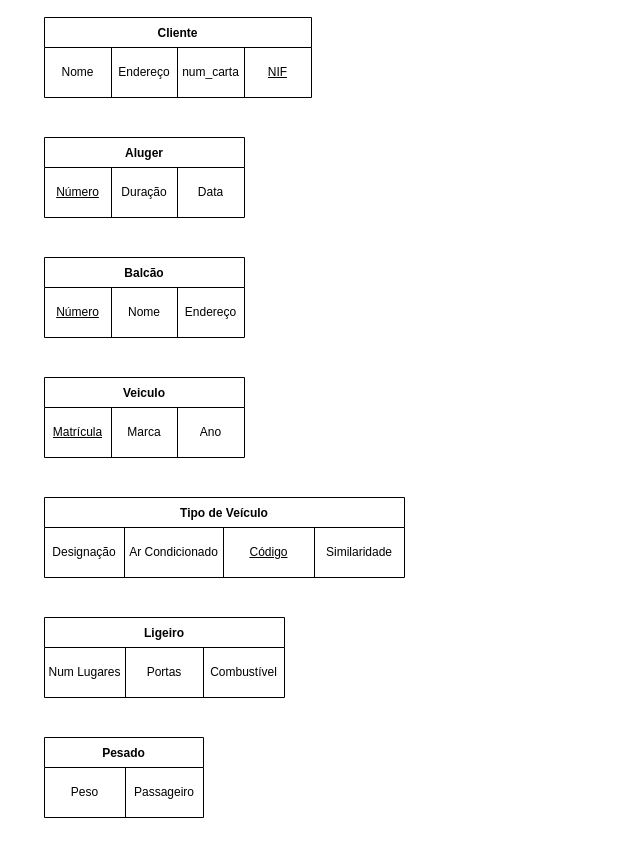
Before: page "3.1" (1 of 2) of P/P03/P03.drawio in RafaelCurado/BD-1, a draw.io diagram. Source tidied: cells renumbered, new cells numbered last; positions are measured from the earlier drawing's top-left corner, leaving out a move shared by most shapes. Both pictures are drawn from the tidied source at 100%, with x=0, y=0 at pixel (44, 17).
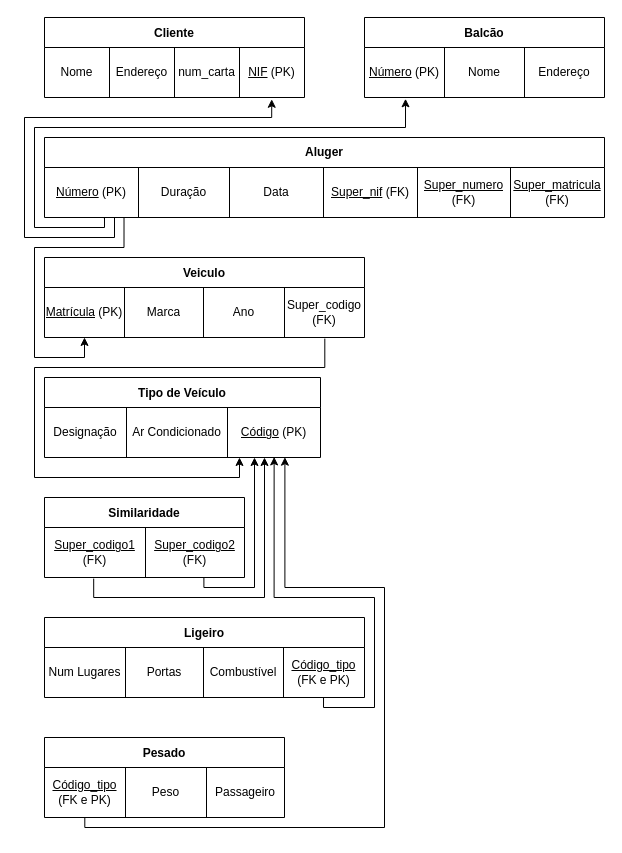
After the change.

The edit, as a diff of the source:
```diff
@@
     <mxCell id="2" value="Cliente" style="shape=table;startSize=30;childLayout=tableLayout;fontStyle=1;align=center;" parent="1" vertex="1">
-      <mxGeometry width="267" height="80" as="geometry" />
+      <mxGeometry width="260" height="80" as="geometry" />
     </mxCell>
     <mxCell id="3" style="shape=tableRow;horizontal=0;startSize=0;swimlaneHead=0;swimlaneBody=0;top=0;left=0;bottom=0;right=0;fillColor=none;points=[[0,0.5],[1,0.5]];portConstraint=eastwest;" parent="2" vertex="1">
-      <mxGeometry y="30" width="267" height="50" as="geometry" />
+      <mxGeometry y="30" width="260" height="50" as="geometry" />
     </mxCell>
     <mxCell id="4" value="Nome" style="shape=partialRectangle;html=1;whiteSpace=wrap;fillColor=none;top=0;left=0;bottom=0;right=0;overflow=hidden;" parent="3" vertex="1">
-      <mxGeometry width="67" height="50" as="geometry" />
+      <mxGeometry width="65" height="50" as="geometry" />
     </mxCell>
     <mxCell id="5" value="Endereço" style="shape=partialRectangle;html=1;whiteSpace=wrap;fillColor=none;top=0;left=0;bottom=0;right=0;overflow=hidden;" parent="3" vertex="1">
-      <mxGeometry x="67" width="66" height="50" as="geometry" />
+      <mxGeometry x="65" width="65" height="50" as="geometry" />
     </mxCell>
     <mxCell id="6" value="num_carta" style="shape=partialRectangle;html=1;whiteSpace=wrap;fillColor=none;top=0;left=0;bottom=0;right=0;overflow=hidden;" parent="3" vertex="1">
-      <mxGeometry x="133" width="67" height="50" as="geometry" />
+      <mxGeometry x="130" width="65" height="50" as="geometry" />
     </mxCell>
-    <mxCell id="7" value="&lt;u&gt;NIF&lt;/u&gt;" style="shape=partialRectangle;html=1;whiteSpace=wrap;fillColor=none;top=0;left=0;bottom=0;right=0;overflow=hidden;" parent="3" vertex="1">
-      <mxGeometry x="200" width="67" height="50" as="geometry" />
+    <mxCell id="7" value="&lt;u&gt;NIF&lt;/u&gt;&amp;nbsp;(PK)" style="shape=partialRectangle;html=1;whiteSpace=wrap;fillColor=none;top=0;left=0;bottom=0;right=0;overflow=hidden;" parent="3" vertex="1">
+      <mxGeometry x="195" width="65" height="50" as="geometry" />
     </mxCell>
-    <mxCell id="8" value="Aluger" style="shape=table;startSize=30;childLayout=tableLayout;fontStyle=1;align=center;" parent="1" vertex="1">
-      <mxGeometry y="120" width="200" height="80" as="geometry" />
+    <mxCell id="8" value="Aluger" style="shape=table;startSize=30;childLayout=tableLayout;fontStyle=1;align=center;whiteSpace=wrap;" parent="1" vertex="1">
+      <mxGeometry y="120" width="560" height="80" as="geometry" />
     </mxCell>
     <mxCell id="9" style="shape=tableRow;horizontal=0;startSize=0;swimlaneHead=0;swimlaneBody=0;top=0;left=0;bottom=0;right=0;fillColor=none;points=[[0,0.5],[1,0.5]];portConstraint=eastwest;" parent="8" vertex="1">
-      <mxGeometry y="30" width="200" height="50" as="geometry" />
+      <mxGeometry y="30" width="560" height="50" as="geometry" />
     </mxCell>
-    <mxCell id="10" value="&lt;u&gt;Número&lt;/u&gt;" style="shape=partialRectangle;html=1;whiteSpace=wrap;fillColor=none;top=0;left=0;bottom=0;right=0;overflow=hidden;" parent="9" vertex="1">
-      <mxGeometry width="67" height="50" as="geometry" />
+    <mxCell id="10" value="&lt;u&gt;Número&lt;/u&gt;&amp;nbsp;(PK)" style="shape=partialRectangle;html=1;whiteSpace=wrap;fillColor=none;top=0;left=0;bottom=0;right=0;overflow=hidden;" parent="9" vertex="1">
+      <mxGeometry width="94" height="50" as="geometry" />
     </mxCell>
     <mxCell id="11" value="Duração" style="shape=partialRectangle;html=1;whiteSpace=wrap;fillColor=none;top=0;left=0;bottom=0;right=0;overflow=hidden;" parent="9" vertex="1">
-      <mxGeometry x="67" width="66" height="50" as="geometry" />
+      <mxGeometry x="94" width="91" height="50" as="geometry" />
     </mxCell>
     <mxCell id="12" value="Data" style="shape=partialRectangle;html=1;whiteSpace=wrap;fillColor=none;top=0;left=0;bottom=0;right=0;overflow=hidden;" parent="9" vertex="1">
-      <mxGeometry x="133" width="67" height="50" as="geometry" />
+      <mxGeometry x="185" width="94" height="50" as="geometry" />
     </mxCell>
+    <mxCell id="38" value="&lt;u&gt;Super_nif&lt;/u&gt; (FK)" style="shape=partialRectangle;html=1;whiteSpace=wrap;fillColor=none;top=0;left=0;bottom=0;right=0;overflow=hidden;" parent="9" vertex="1">
+      <mxGeometry x="279" width="94" height="50" as="geometry" />
+    </mxCell>
+    <mxCell id="39" value="&lt;u&gt;Super_numero&lt;br&gt;&lt;/u&gt;(FK)" style="shape=partialRectangle;html=1;fillColor=none;top=0;left=0;bottom=0;right=0;overflow=hidden;whiteSpace=wrap;" parent="9" vertex="1">
+      <mxGeometry x="373" width="93" height="50" as="geometry" />
+    </mxCell>
+    <mxCell id="40" value="&lt;u&gt;Super_matricula&lt;/u&gt;&lt;br&gt;(FK)" style="shape=partialRectangle;html=1;whiteSpace=wrap;fillColor=none;top=0;left=0;bottom=0;right=0;overflow=hidden;" parent="9" vertex="1">
+      <mxGeometry x="466" width="94" height="50" as="geometry" />
+    </mxCell>
     <mxCell id="13" value="Balcão" style="shape=table;startSize=30;childLayout=tableLayout;fontStyle=1;align=center;" parent="1" vertex="1">
-      <mxGeometry y="240" width="200" height="80" as="geometry" />
+      <mxGeometry x="320" width="240" height="80" as="geometry" />
     </mxCell>
     <mxCell id="14" style="shape=tableRow;horizontal=0;startSize=0;swimlaneHead=0;swimlaneBody=0;top=0;left=0;bottom=0;right=0;fillColor=none;points=[[0,0.5],[1,0.5]];portConstraint=eastwest;" parent="13" vertex="1">
-      <mxGeometry y="30" width="200" height="50" as="geometry" />
+      <mxGeometry y="30" width="240" height="50" as="geometry" />
     </mxCell>
-    <mxCell id="15" value="&lt;u&gt;Número&lt;/u&gt;" style="shape=partialRectangle;html=1;whiteSpace=wrap;fillColor=none;top=0;left=0;bottom=0;right=0;overflow=hidden;" parent="14" vertex="1">
-      <mxGeometry width="67" height="50" as="geometry" />
+    <mxCell id="15" value="&lt;u&gt;Número&lt;/u&gt;&amp;nbsp;(PK)" style="shape=partialRectangle;html=1;whiteSpace=wrap;fillColor=none;top=0;left=0;bottom=0;right=0;overflow=hidden;" parent="14" vertex="1">
+      <mxGeometry width="80" height="50" as="geometry" />
     </mxCell>
     <mxCell id="16" value="Nome" style="shape=partialRectangle;html=1;whiteSpace=wrap;fillColor=none;top=0;left=0;bottom=0;right=0;overflow=hidden;" parent="14" vertex="1">
-      <mxGeometry x="67" width="66" height="50" as="geometry" />
+      <mxGeometry x="80" width="80" height="50" as="geometry" />
     </mxCell>
     <mxCell id="17" value="Endereço" style="shape=partialRectangle;html=1;whiteSpace=wrap;fillColor=none;top=0;left=0;bottom=0;right=0;overflow=hidden;" parent="14" vertex="1">
-      <mxGeometry x="133" width="67" height="50" as="geometry" />
+      <mxGeometry x="160" width="80" height="50" as="geometry" />
     </mxCell>
     <mxCell id="18" value="Veiculo" style="shape=table;startSize=30;childLayout=tableLayout;fontStyle=1;align=center;" parent="1" vertex="1">
-      <mxGeometry y="360" width="200" height="80" as="geometry" />
+      <mxGeometry y="240" width="320" height="80" as="geometry" />
     </mxCell>
     <mxCell id="19" style="shape=tableRow;horizontal=0;startSize=0;swimlaneHead=0;swimlaneBody=0;top=0;left=0;bottom=0;right=0;fillColor=none;points=[[0,0.5],[1,0.5]];portConstraint=eastwest;" parent="18" vertex="1">
-      <mxGeometry y="30" width="200" height="50" as="geometry" />
+      <mxGeometry y="30" width="320" height="50" as="geometry" />
     </mxCell>
-    <mxCell id="20" value="&lt;u&gt;Matrícula&lt;/u&gt;" style="shape=partialRectangle;html=1;whiteSpace=wrap;fillColor=none;top=0;left=0;bottom=0;right=0;overflow=hidden;" parent="19" vertex="1">
-      <mxGeometry width="67" height="50" as="geometry" />
+    <mxCell id="20" value="&lt;u&gt;Matrícula&lt;/u&gt;&amp;nbsp;(PK)" style="shape=partialRectangle;html=1;whiteSpace=wrap;fillColor=none;top=0;left=0;bottom=0;right=0;overflow=hidden;" parent="19" vertex="1">
+      <mxGeometry width="80" height="50" as="geometry" />
     </mxCell>
     <mxCell id="21" value="Marca" style="shape=partialRectangle;html=1;whiteSpace=wrap;fillColor=none;top=0;left=0;bottom=0;right=0;overflow=hidden;" parent="19" vertex="1">
-      <mxGeometry x="67" width="66" height="50" as="geometry" />
+      <mxGeometry x="80" width="79" height="50" as="geometry" />
     </mxCell>
     <mxCell id="22" value="Ano" style="shape=partialRectangle;html=1;whiteSpace=wrap;fillColor=none;top=0;left=0;bottom=0;right=0;overflow=hidden;" parent="19" vertex="1">
-      <mxGeometry x="133" width="67" height="50" as="geometry" />
+      <mxGeometry x="159" width="81" height="50" as="geometry" />
     </mxCell>
+    <mxCell id="41" value="Super_codigo (FK)" style="shape=partialRectangle;html=1;whiteSpace=wrap;fillColor=none;top=0;left=0;bottom=0;right=0;overflow=hidden;" parent="19" vertex="1">
+      <mxGeometry x="240" width="80" height="50" as="geometry" />
+    </mxCell>
     <mxCell id="23" value="Tipo de Veículo" style="shape=table;startSize=30;childLayout=tableLayout;fontStyle=1;align=center;" parent="1" vertex="1">
-      <mxGeometry y="480" width="360" height="80" as="geometry" />
+      <mxGeometry y="360" width="276" height="80" as="geometry" />
     </mxCell>
     <mxCell id="24" style="shape=tableRow;horizontal=0;startSize=0;swimlaneHead=0;swimlaneBody=0;top=0;left=0;bottom=0;right=0;fillColor=none;points=[[0,0.5],[1,0.5]];portConstraint=eastwest;" parent="23" vertex="1">
-      <mxGeometry y="30" width="360" height="50" as="geometry" />
+      <mxGeometry y="30" width="276" height="50" as="geometry" />
     </mxCell>
     <mxCell id="25" value="Designação" style="shape=partialRectangle;html=1;whiteSpace=wrap;fillColor=none;top=0;left=0;bottom=0;right=0;overflow=hidden;" parent="24" vertex="1">
-      <mxGeometry width="80" height="50" as="geometry" />
+      <mxGeometry width="82" height="50" as="geometry" />
     </mxCell>
     <mxCell id="26" value="Ar Condicionado" style="shape=partialRectangle;html=1;whiteSpace=wrap;fillColor=none;top=0;left=0;bottom=0;right=0;overflow=hidden;" parent="24" vertex="1">
-      <mxGeometry x="80" width="99" height="50" as="geometry" />
+      <mxGeometry x="82" width="101" height="50" as="geometry" />
     </mxCell>
-    <mxCell id="27" value="&lt;u&gt;Código&lt;/u&gt;" style="shape=partialRectangle;html=1;whiteSpace=wrap;fillColor=none;top=0;left=0;bottom=0;right=0;overflow=hidden;" parent="24" vertex="1">
-      <mxGeometry x="179" width="91" height="50" as="geometry" />
+    <mxCell id="27" value="&lt;u&gt;Código&lt;/u&gt;&amp;nbsp;(PK)" style="shape=partialRectangle;html=1;whiteSpace=wrap;fillColor=none;top=0;left=0;bottom=0;right=0;overflow=hidden;" parent="24" vertex="1">
+      <mxGeometry x="183" width="93" height="50" as="geometry" />
     </mxCell>
-    <mxCell id="28" value="Similaridade" style="shape=partialRectangle;html=1;whiteSpace=wrap;fillColor=none;top=0;left=0;bottom=0;right=0;overflow=hidden;" parent="24" vertex="1">
-      <mxGeometry x="270" width="90" height="50" as="geometry" />
-    </mxCell>
     <mxCell id="29" value="Ligeiro" style="shape=table;startSize=30;childLayout=tableLayout;fontStyle=1;align=center;" parent="1" vertex="1">
-      <mxGeometry y="600" width="240" height="80" as="geometry" />
+      <mxGeometry y="600" width="320" height="80" as="geometry" />
     </mxCell>
     <mxCell id="30" style="shape=tableRow;horizontal=0;startSize=0;swimlaneHead=0;swimlaneBody=0;top=0;left=0;bottom=0;right=0;fillColor=none;points=[[0,0.5],[1,0.5]];portConstraint=eastwest;" parent="29" vertex="1">
-      <mxGeometry y="30" width="240" height="50" as="geometry" />
+      <mxGeometry y="30" width="320" height="50" as="geometry" />
     </mxCell>
@@
     <mxCell id="33" value="Combustível" style="shape=partialRectangle;html=1;whiteSpace=wrap;fillColor=none;top=0;left=0;bottom=0;right=0;overflow=hidden;" parent="30" vertex="1">
-      <mxGeometry x="159" width="81" height="50" as="geometry" />
+      <mxGeometry x="159" width="80" height="50" as="geometry" />
     </mxCell>
+    <mxCell id="42" value="&lt;u&gt;Código_tipo&lt;br&gt;&lt;/u&gt;(FK e PK)" style="shape=partialRectangle;html=1;whiteSpace=wrap;fillColor=none;top=0;left=0;bottom=0;right=0;overflow=hidden;" parent="30" vertex="1">
+      <mxGeometry x="239" width="81" height="50" as="geometry" />
+    </mxCell>
     <mxCell id="34" value="Pesado" style="shape=table;startSize=30;childLayout=tableLayout;fontStyle=1;align=center;" parent="1" vertex="1">
-      <mxGeometry y="720" width="159" height="80" as="geometry" />
+      <mxGeometry y="720" width="240" height="80" as="geometry" />
     </mxCell>
     <mxCell id="35" style="shape=tableRow;horizontal=0;startSize=0;swimlaneHead=0;swimlaneBody=0;top=0;left=0;bottom=0;right=0;fillColor=none;points=[[0,0.5],[1,0.5]];portConstraint=eastwest;" parent="34" vertex="1">
-      <mxGeometry y="30" width="159" height="50" as="geometry" />
+      <mxGeometry y="30" width="240" height="50" as="geometry" />
     </mxCell>
+    <mxCell id="43" value="&lt;u&gt;Código_tipo&lt;/u&gt;&lt;br&gt;(FK e PK)" style="shape=partialRectangle;html=1;whiteSpace=wrap;fillColor=none;top=0;left=0;bottom=0;right=0;overflow=hidden;" parent="35" vertex="1">
+      <mxGeometry width="81" height="50" as="geometry" />
+    </mxCell>
     <mxCell id="36" value="Peso" style="shape=partialRectangle;html=1;whiteSpace=wrap;fillColor=none;top=0;left=0;bottom=0;right=0;overflow=hidden;" parent="35" vertex="1">
-      <mxGeometry width="81" height="50" as="geometry" />
+      <mxGeometry x="81" width="81" height="50" as="geometry" />
     </mxCell>
     <mxCell id="37" value="Passageiro" style="shape=partialRectangle;html=1;whiteSpace=wrap;fillColor=none;top=0;left=0;bottom=0;right=0;overflow=hidden;" parent="35" vertex="1">
-      <mxGeometry x="81" width="78" height="50" as="geometry" />
+      <mxGeometry x="162" width="78" height="50" as="geometry" />
     </mxCell>
+    <mxCell id="44" style="endArrow=classic;html=1;rounded=0;exitX=0.125;exitY=1;exitDx=0;exitDy=0;exitPerimeter=0;entryX=0.874;entryY=1.036;entryDx=0;entryDy=0;entryPerimeter=0;edgeStyle=orthogonalEdgeStyle;" parent="1" edge="1" source="9" target="3">
+      <mxGeometry relative="1" as="geometry">
+        <Array as="points">
+          <mxPoint x="70" y="220" />
+          <mxPoint x="-20" y="220" />
+          <mxPoint x="-20" y="100" />
+          <mxPoint x="227" y="100" />
+        </Array>
+      </mxGeometry>
+    </mxCell>
+    <mxCell id="45" style="endArrow=classic;html=1;rounded=0;edgeStyle=orthogonalEdgeStyle;exitX=0.142;exitY=0.994;exitDx=0;exitDy=0;exitPerimeter=0;entryX=0.125;entryY=0.999;entryDx=0;entryDy=0;entryPerimeter=0;" parent="1" edge="1" source="9" target="19">
+      <mxGeometry relative="1" as="geometry">
+        <Array as="points">
+          <mxPoint x="79" y="230" />
+          <mxPoint x="-10" y="230" />
+          <mxPoint x="-10" y="340" />
+          <mxPoint x="40" y="340" />
+        </Array>
+      </mxGeometry>
+    </mxCell>
+    <mxCell id="46" style="endArrow=classic;html=1;rounded=0;entryX=0.171;entryY=1.026;entryDx=0;entryDy=0;entryPerimeter=0;edgeStyle=orthogonalEdgeStyle;exitX=0.105;exitY=1.003;exitDx=0;exitDy=0;exitPerimeter=0;" parent="1" edge="1" source="9" target="14">
+      <mxGeometry relative="1" as="geometry">
+        <Array as="points">
+          <mxPoint x="60" y="200" />
+          <mxPoint x="60" y="210" />
+          <mxPoint x="-10" y="210" />
+          <mxPoint x="-10" y="110" />
+          <mxPoint x="361" y="110" />
+        </Array>
+      </mxGeometry>
+    </mxCell>
+    <mxCell id="47" style="edgeStyle=orthogonalEdgeStyle;rounded=0;jettySize=auto;html=1;exitX=0.876;exitY=1.022;exitDx=0;exitDy=0;exitPerimeter=0;" parent="1" edge="1" source="19">
+      <mxGeometry relative="1" as="geometry">
+        <mxPoint x="195" y="440" as="targetPoint" />
+        <Array as="points">
+          <mxPoint x="280" y="350" />
+          <mxPoint x="-10" y="350" />
+          <mxPoint x="-10" y="460" />
+          <mxPoint x="195" y="460" />
+        </Array>
+      </mxGeometry>
+    </mxCell>
+    <mxCell id="28" value="Similaridade" style="shape=table;startSize=30;childLayout=tableLayout;fontStyle=1;align=center;" parent="1" vertex="1">
+      <mxGeometry y="480" width="200" height="80" as="geometry" />
+    </mxCell>
+    <mxCell id="48" style="shape=tableRow;horizontal=0;startSize=0;swimlaneHead=0;swimlaneBody=0;top=0;left=0;bottom=0;right=0;fillColor=none;points=[[0,0.5],[1,0.5]];portConstraint=eastwest;" parent="28" vertex="1">
+      <mxGeometry y="30" width="200" height="50" as="geometry" />
+    </mxCell>
+    <mxCell id="49" value="&lt;u&gt;Super_codigo1&lt;br&gt;&lt;/u&gt;(FK)" style="shape=partialRectangle;html=1;whiteSpace=wrap;fillColor=none;top=0;left=0;bottom=0;right=0;overflow=hidden;" parent="48" vertex="1">
+      <mxGeometry width="101" height="50" as="geometry" />
+    </mxCell>
+    <mxCell id="50" value="&lt;u&gt;Super_codigo2&lt;/u&gt;&lt;br&gt;(FK)" style="shape=partialRectangle;html=1;whiteSpace=wrap;fillColor=none;top=0;left=0;bottom=0;right=0;overflow=hidden;" parent="48" vertex="1">
+      <mxGeometry x="101" width="99" height="50" as="geometry" />
+    </mxCell>
+    <mxCell id="51" style="endArrow=classic;html=1;rounded=0;edgeStyle=orthogonalEdgeStyle;exitX=0.246;exitY=1.022;exitDx=0;exitDy=0;exitPerimeter=0;" parent="1" edge="1" source="48">
+      <mxGeometry relative="1" as="geometry">
+        <mxPoint x="220" y="440" as="targetPoint" />
+        <Array as="points">
+          <mxPoint x="49" y="580" />
+          <mxPoint x="220" y="580" />
+        </Array>
+      </mxGeometry>
+    </mxCell>
+    <mxCell id="52" style="endArrow=classic;html=1;rounded=0;edgeStyle=orthogonalEdgeStyle;exitX=0.797;exitY=1.003;exitDx=0;exitDy=0;exitPerimeter=0;" parent="1" edge="1" source="48">
+      <mxGeometry relative="1" as="geometry">
+        <mxPoint x="210" y="440" as="targetPoint" />
+        <Array as="points">
+          <mxPoint x="159" y="570" />
+          <mxPoint x="210" y="570" />
+          <mxPoint x="210" y="440" />
+        </Array>
+      </mxGeometry>
+    </mxCell>
+    <mxCell id="53" style="endArrow=classic;html=1;rounded=0;exitX=0.872;exitY=0.999;exitDx=0;exitDy=0;exitPerimeter=0;edgeStyle=orthogonalEdgeStyle;entryX=0.832;entryY=0.989;entryDx=0;entryDy=0;entryPerimeter=0;" parent="1" edge="1" source="30" target="24">
+      <mxGeometry relative="1" as="geometry">
+        <Array as="points">
+          <mxPoint x="279" y="690" />
+          <mxPoint x="330" y="690" />
+          <mxPoint x="330" y="580" />
+          <mxPoint x="230" y="580" />
+        </Array>
+      </mxGeometry>
+    </mxCell>
+    <mxCell id="54" style="endArrow=classic;html=1;rounded=0;exitX=0.168;exitY=1.008;exitDx=0;exitDy=0;exitPerimeter=0;edgeStyle=orthogonalEdgeStyle;entryX=0.871;entryY=0.994;entryDx=0;entryDy=0;entryPerimeter=0;" parent="1" edge="1" source="35" target="24">
+      <mxGeometry relative="1" as="geometry">
+        <Array as="points">
+          <mxPoint x="40" y="810" />
+          <mxPoint x="340" y="810" />
+          <mxPoint x="340" y="570" />
+          <mxPoint x="240" y="570" />
+        </Array>
+      </mxGeometry>
+    </mxCell>
```
